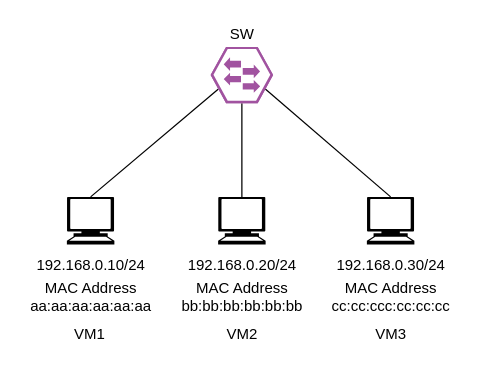
The draw.io diagram topo/topo.drawio in Sabaniki/bmv2-on-tinet, before the edit. Source tidied: cells renumbered, new cells numbered last; positions are measured from the earlier drawing's top-left corner, leaving out a move shared by most shapes. Both pictures are drawn from the tidied source at 125%, with x=0, y=0 at pixel (21, 21).
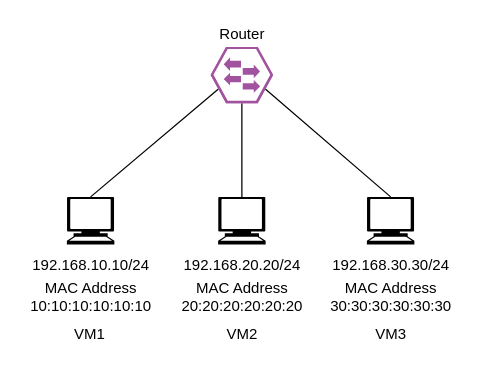
After the change.

Diff of the diagram source:
```diff
@@
 <mxGraphModel>
   <root>
     <mxCell id="0" />
     <mxCell id="1" parent="0" />
     <mxCell id="2" style="edgeStyle=none;html=1;exitX=0.5;exitY=1;exitDx=0;exitDy=0;exitPerimeter=0;endArrow=none;endFill=0;" parent="1" edge="1" source="5" target="8">
       <mxGeometry relative="1" as="geometry" />
     </mxCell>
     <mxCell id="3" style="edgeStyle=none;html=1;exitX=0.125;exitY=0.75;exitDx=0;exitDy=0;exitPerimeter=0;entryX=0.5;entryY=0;entryDx=0;entryDy=0;entryPerimeter=0;endArrow=none;endFill=0;" parent="1" edge="1" source="5" target="7">
       <mxGeometry relative="1" as="geometry" />
     </mxCell>
     <mxCell id="4" style="edgeStyle=none;html=1;exitX=0.875;exitY=0.75;exitDx=0;exitDy=0;exitPerimeter=0;entryX=0.5;entryY=0;entryDx=0;entryDy=0;entryPerimeter=0;endArrow=none;endFill=0;" parent="1" edge="1" source="5" target="6">
       <mxGeometry relative="1" as="geometry" />
     </mxCell>
     <mxCell id="5" style="verticalLabelPosition=bottom;sketch=0;html=1;fillColor=#A153A0;strokeColor=#ffffff;verticalAlign=top;align=center;points=[[0,0.5,0],[0.125,0.25,0],[0.25,0,0],[0.5,0,0],[0.75,0,0],[0.875,0.25,0],[1,0.5,0],[0.875,0.75,0],[0.75,1,0],[0.5,1,0],[0.125,0.75,0]];shape=mxgraph.cisco_safe.compositeIcon;bgIcon=mxgraph.cisco_safe.design.blank_device;resIcon=mxgraph.cisco_safe.design.access_switch_2;" parent="1" vertex="1">
       <mxGeometry x="151" y="20" width="50" height="45" as="geometry" />
     </mxCell>
     <mxCell id="6" style="shape=mxgraph.signs.tech.computer;html=1;fillColor=#000000;strokeColor=none;verticalLabelPosition=bottom;verticalAlign=top;align=center;" parent="1" vertex="1">
       <mxGeometry x="276" y="140" width="38" height="38" as="geometry" />
     </mxCell>
     <mxCell id="7" style="shape=mxgraph.signs.tech.computer;html=1;fillColor=#000000;strokeColor=none;verticalLabelPosition=bottom;verticalAlign=top;align=center;" parent="1" vertex="1">
       <mxGeometry x="36" y="140" width="38" height="38" as="geometry" />
     </mxCell>
     <mxCell id="8" style="shape=mxgraph.signs.tech.computer;html=1;fillColor=#000000;strokeColor=none;verticalLabelPosition=bottom;verticalAlign=top;align=center;" parent="1" vertex="1">
       <mxGeometry x="157" y="140" width="38" height="38" as="geometry" />
     </mxCell>
-    <mxCell id="9" value="192.168.0.10/24" style="text;html=1;align=center;verticalAlign=middle;strokeColor=none;fillColor=none;" parent="1" vertex="1">
-      <mxGeometry x="5" y="185" width="100" height="20" as="geometry" />
+    <mxCell id="9" value="192.168.10.10/24" style="text;html=1;align=center;verticalAlign=middle;strokeColor=none;fillColor=none;" parent="1" vertex="1">
+      <mxGeometry y="185" width="110" height="20" as="geometry" />
     </mxCell>
-    <mxCell id="10" value="192.168.0.20/24" style="text;html=1;align=center;verticalAlign=middle;strokeColor=none;fillColor=none;" parent="1" vertex="1">
-      <mxGeometry x="126" y="185" width="100" height="20" as="geometry" />
+    <mxCell id="10" value="192.168.20.20/24" style="text;html=1;align=center;verticalAlign=middle;strokeColor=none;fillColor=none;" parent="1" vertex="1">
+      <mxGeometry x="121" y="185" width="110" height="20" as="geometry" />
     </mxCell>
-    <mxCell id="11" value="192.168.0.30/24" style="text;html=1;align=center;verticalAlign=middle;strokeColor=none;fillColor=none;" parent="1" vertex="1">
-      <mxGeometry x="245" y="185" width="100" height="20" as="geometry" />
+    <mxCell id="11" value="192.168.30.30/24" style="text;html=1;align=center;verticalAlign=middle;strokeColor=none;fillColor=none;" parent="1" vertex="1">
+      <mxGeometry x="240" y="185" width="110" height="20" as="geometry" />
     </mxCell>
-    <mxCell id="12" value="MAC Address&lt;br&gt;aa:aa:aa:aa:aa:aa" style="text;html=1;align=center;verticalAlign=middle;strokeColor=none;fillColor=none;" parent="1" vertex="1">
+    <mxCell id="12" value="MAC Address&lt;br&gt;10:10:10:10:10:10" style="text;html=1;align=center;verticalAlign=middle;strokeColor=none;fillColor=none;" parent="1" vertex="1">
       <mxGeometry y="205" width="110" height="30" as="geometry" />
     </mxCell>
-    <mxCell id="13" value="MAC Address&lt;br&gt;bb:bb:bb:bb:bb:bb" style="text;html=1;align=center;verticalAlign=middle;strokeColor=none;fillColor=none;" parent="1" vertex="1">
+    <mxCell id="13" value="MAC Address&lt;br&gt;20:20:20:20:20:20" style="text;html=1;align=center;verticalAlign=middle;strokeColor=none;fillColor=none;" parent="1" vertex="1">
       <mxGeometry x="121" y="205" width="110" height="30" as="geometry" />
     </mxCell>
-    <mxCell id="14" value="MAC Address&lt;br&gt;cc:cc:ccc:cc:cc:cc" style="text;html=1;align=center;verticalAlign=middle;strokeColor=none;fillColor=none;" parent="1" vertex="1">
+    <mxCell id="14" value="MAC Address&lt;br&gt;30:30:30:30:30:30" style="text;html=1;align=center;verticalAlign=middle;strokeColor=none;fillColor=none;" parent="1" vertex="1">
       <mxGeometry x="240" y="205" width="110" height="30" as="geometry" />
     </mxCell>
-    <mxCell id="15" value="SW" style="text;html=1;align=center;verticalAlign=middle;strokeColor=none;fillColor=none;" parent="1" vertex="1">
-      <mxGeometry x="161" width="30" height="20" as="geometry" />
+    <mxCell id="15" value="Router" style="text;html=1;align=center;verticalAlign=middle;strokeColor=none;fillColor=none;" parent="1" vertex="1">
+      <mxGeometry x="151" width="50" height="20" as="geometry" />
     </mxCell>
     <mxCell id="16" value="VM1" style="text;html=1;align=center;verticalAlign=middle;strokeColor=none;fillColor=none;" parent="1" vertex="1">
       <mxGeometry x="34" y="240" width="40" height="20" as="geometry" />
     </mxCell>
     <mxCell id="17" value="VM2" style="text;html=1;align=center;verticalAlign=middle;strokeColor=none;fillColor=none;" parent="1" vertex="1">
       <mxGeometry x="156" y="240" width="40" height="20" as="geometry" />
     </mxCell>
     <mxCell id="18" value="VM3" style="text;html=1;align=center;verticalAlign=middle;strokeColor=none;fillColor=none;" parent="1" vertex="1">
       <mxGeometry x="275" y="240" width="40" height="20" as="geometry" />
     </mxCell>
   </root>
 </mxGraphModel>
```
